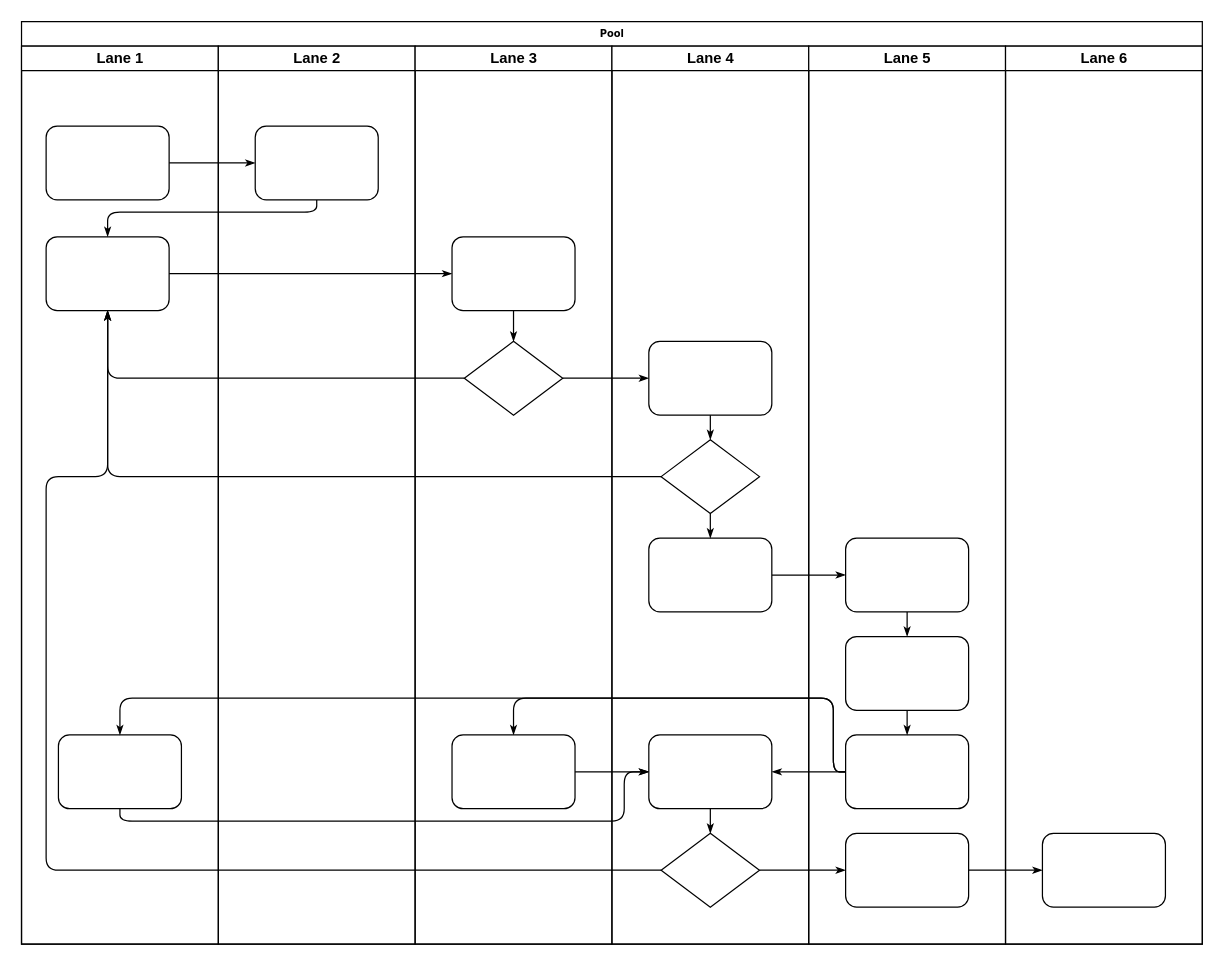
Before: 指示提单放行.drawio in huangdamon/taobao_catch, a draw.io diagram. Source tidied: cells renumbered, new cells numbered last; positions are measured from the earlier drawing's top-left corner, leaving out a move shared by most shapes. Both pictures are drawn from the tidied source at 123%, with x=0, y=0 at pixel (21, 21).
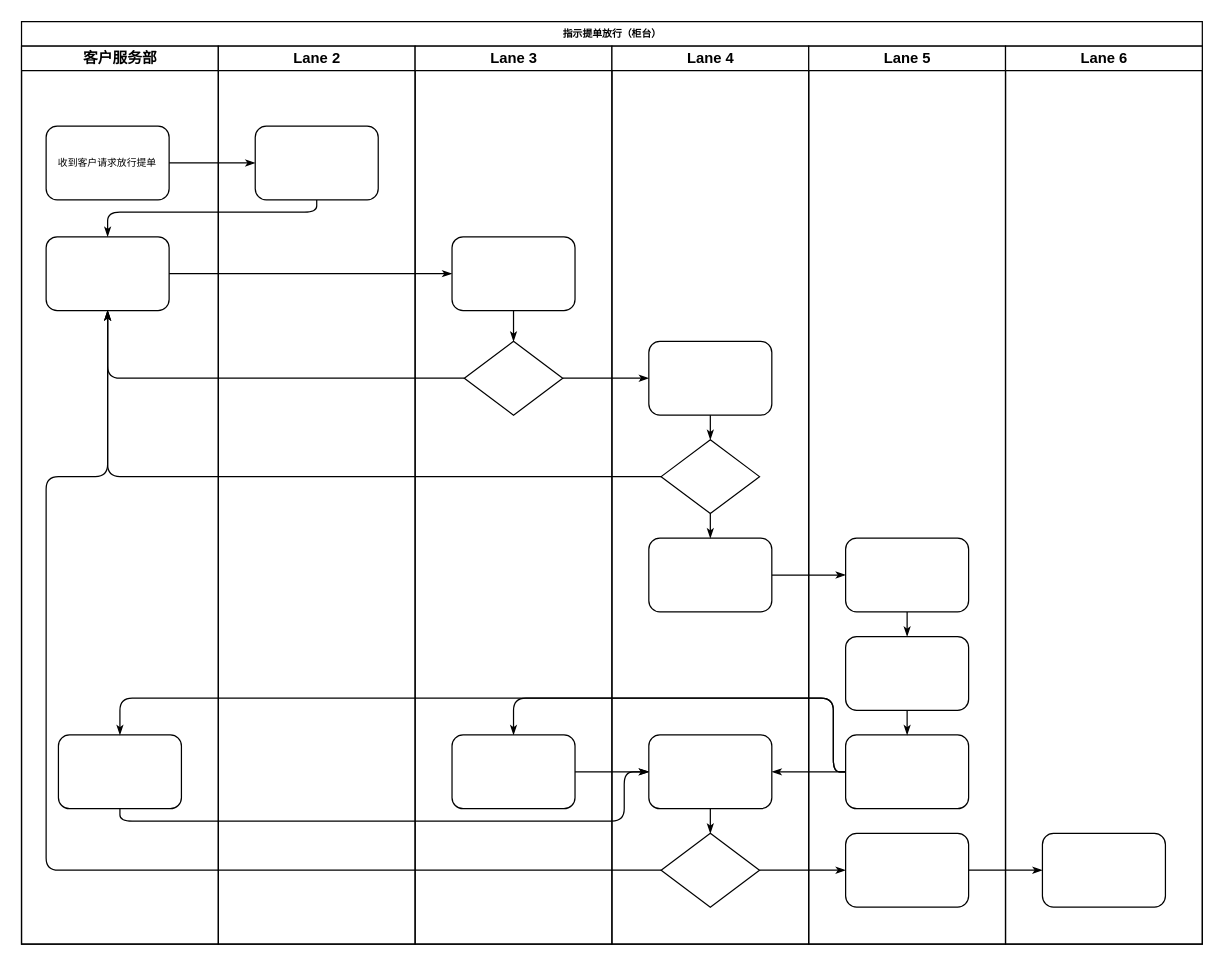
The same page after the edit.

Commit message:
Update 指示提单放行.drawio

Change to the diagram source:
```diff
@@
-    <mxCell id="2" value="Pool" style="swimlane;html=1;startSize=20;rounded=0;shadow=0;labelBackgroundColor=none;strokeWidth=1;fontFamily=Verdana;fontSize=8;align=center;" parent="1" vertex="1">
+    <mxCell id="2" value="指示提单放行（柜台）" style="swimlane;html=1;startSize=20;rounded=0;shadow=0;labelBackgroundColor=none;strokeWidth=1;fontFamily=Verdana;fontSize=8;align=center;" parent="1" vertex="1">
       <mxGeometry width="960" height="750" as="geometry" />
     </mxCell>
-    <mxCell id="3" value="Lane 1" style="swimlane;html=1;startSize=20;" parent="2" vertex="1">
+    <mxCell id="3" value="客户服务部" style="swimlane;html=1;startSize=20;" parent="2" vertex="1">
       <mxGeometry y="20" width="160" height="730" as="geometry" />
     </mxCell>
-    <mxCell id="4" style="rounded=1;whiteSpace=wrap;html=1;shadow=0;labelBackgroundColor=none;strokeWidth=1;fontFamily=Verdana;fontSize=8;align=center;" parent="3" vertex="1">
+    <mxCell id="4" value="收到客户请求放行提单" style="rounded=1;whiteSpace=wrap;html=1;shadow=0;labelBackgroundColor=none;strokeWidth=1;fontFamily=Verdana;fontSize=8;align=center;" parent="3" vertex="1">
       <mxGeometry x="20" y="65" width="100" height="60" as="geometry" />
     </mxCell>
```
